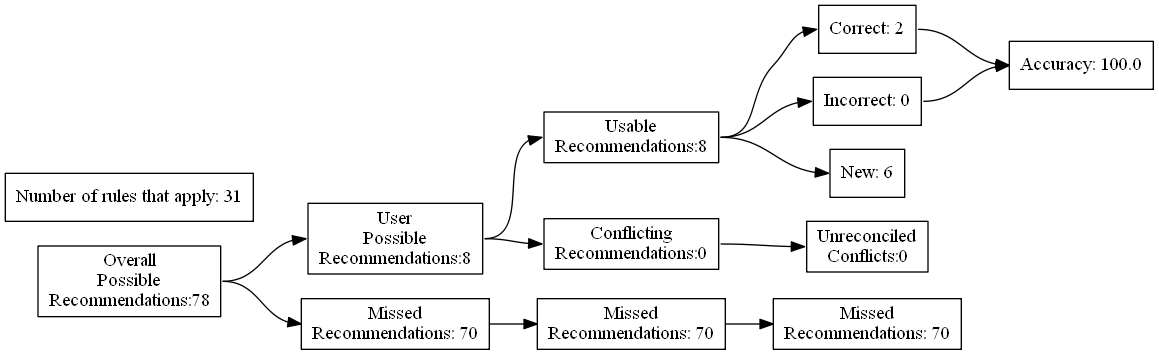
The Graphviz diagram test_renders/62.gv.png in ZaxR/ibd_diet_analysis, before a commit. Its source is kept beside it as test_renders/62.gv.
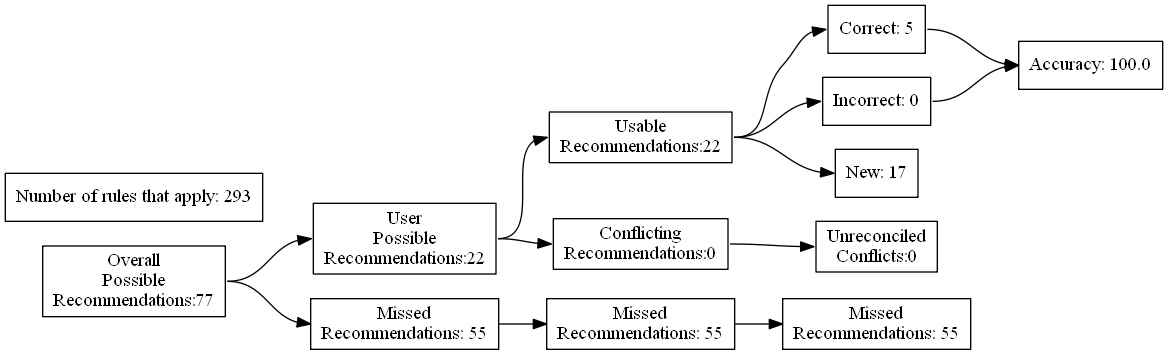
Above is the later version.

Diff of the diagram source:
```diff
@@ -4,27 +4,27 @@
 	edge [headport=w tailport=e]
 		A [label="Overall
 Possible
-Recommendations:78"]
+Recommendations:77"]
 		B [label="User
 Possible
-Recommendations:8"]
+Recommendations:22"]
 		C [label="Missed
-Recommendations: 70"]
+Recommendations: 55"]
 		D [label="Usable
-Recommendations:8"]
+Recommendations:22"]
 		E [label="Conflicting
 Recommendations:0"]
 		J [label="Missed
-Recommendations: 70"]
+Recommendations: 55"]
 		M [label="Unreconciled
 Conflicts:0"]
-		F [label="Correct: 2"]
+		F [label="Correct: 5"]
 		G [label="Incorrect: 0"]
-		H [label="New: 6"]
+		H [label="New: 17"]
 		K [label="Missed
-Recommendations: 70"]
+Recommendations: 55"]
 		I [label="Accuracy: 100.0"]
-		l [label="Number of rules that apply: 31"]
+		l [label="Number of rules that apply: 293"]
 			A -> B
 			A -> C
 			B -> D
```
